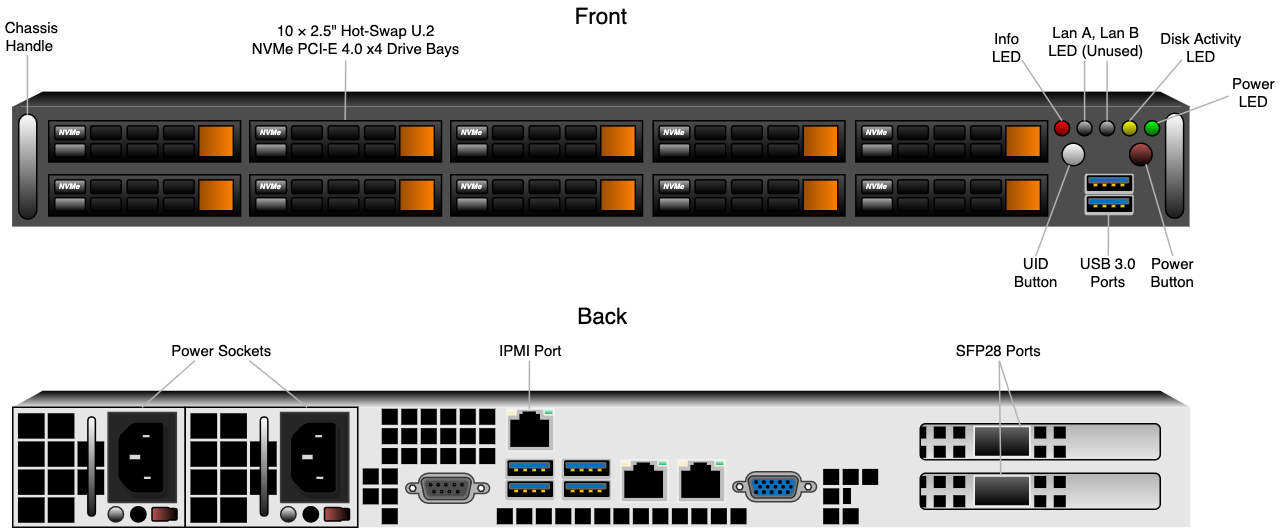
Before: getting-started/supermicro/images/supermicro-front-back-diagram.png, a diagram exported from draw.io (Qumulo/docs). Source tidied: cells renumbered, new cells last; positions are measured from the earlier drawing's top-left corner, leaving out a move shared by most shapes.
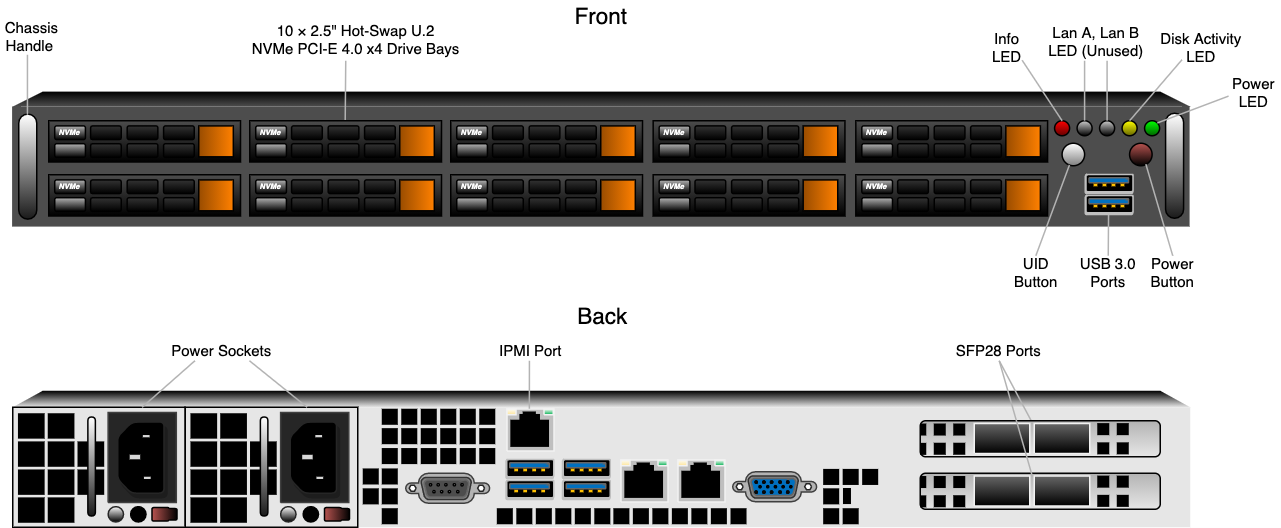
After the commit.

The edit, as a diff of the source:
```diff
@@ -743,81 +743,48 @@
     <mxCell id="244" style="group;" parent="1" vertex="1">
       <mxGeometry x="630" y="315" width="160" height="24" as="geometry" />
     </mxCell>
+    <mxCell id="400" style="group;" parent="244" vertex="1">
+      <mxGeometry width="160" height="24" as="geometry" />
+    </mxCell>
-    <mxCell id="245" style="rounded=1;whiteSpace=wrap;html=1;fillColor=#B3B3B3;gradientColor=#E6E6E6;strokeWidth=0.5;" parent="244" vertex="1">
+    <mxCell id="245" style="rounded=1;whiteSpace=wrap;html=1;fillColor=#B3B3B3;gradientColor=#E6E6E6;strokeWidth=0.5;" parent="400" vertex="1">
       <mxGeometry width="160" height="24" as="geometry" />
     </mxCell>
-    <mxCell id="246" style="rounded=0;whiteSpace=wrap;html=1;strokeWidth=0.5;fillColor=#000000;strokeColor=none;rotation=90;" parent="244" vertex="1">
+    <mxCell id="246" style="rounded=0;whiteSpace=wrap;html=1;strokeWidth=0.5;fillColor=#000000;strokeColor=none;rotation=90;" parent="400" vertex="1">
       <mxGeometry x="22" y="1.9" width="8" height="8" as="geometry" />
     </mxCell>
-    <mxCell id="247" style="rounded=0;whiteSpace=wrap;html=1;strokeWidth=0.5;fillColor=#000000;strokeColor=none;rotation=90;" parent="244" vertex="1">
+    <mxCell id="247" style="rounded=0;whiteSpace=wrap;html=1;strokeWidth=0.5;fillColor=#000000;strokeColor=none;rotation=90;" parent="400" vertex="1">
       <mxGeometry x="9" y="1.9" width="8" height="8" as="geometry" />
     </mxCell>
-    <mxCell id="248" style="rounded=0;whiteSpace=wrap;html=1;strokeWidth=0.5;fillColor=#000000;strokeColor=none;rotation=90;" parent="244" vertex="1">
+    <mxCell id="248" style="rounded=0;whiteSpace=wrap;html=1;strokeWidth=0.5;fillColor=#000000;strokeColor=none;rotation=90;" parent="400" vertex="1">
       <mxGeometry x="-2" y="3.9" width="8" height="4" as="geometry" />
     </mxCell>
-    <mxCell id="249" style="rounded=0;whiteSpace=wrap;html=1;strokeWidth=0.5;fillColor=#000000;strokeColor=none;rotation=90;" parent="244" vertex="1">
+    <mxCell id="249" style="rounded=0;whiteSpace=wrap;html=1;strokeWidth=0.5;fillColor=#000000;strokeColor=none;rotation=90;" parent="400" vertex="1">
       <mxGeometry x="22" y="14.7" width="8" height="8" as="geometry" />
     </mxCell>
-    <mxCell id="250" style="rounded=0;whiteSpace=wrap;html=1;strokeWidth=0.5;fillColor=#000000;strokeColor=none;rotation=90;" parent="244" vertex="1">
+    <mxCell id="250" style="rounded=0;whiteSpace=wrap;html=1;strokeWidth=0.5;fillColor=#000000;strokeColor=none;rotation=90;" parent="400" vertex="1">
       <mxGeometry x="9" y="14.7" width="8" height="8" as="geometry" />
     </mxCell>
-    <mxCell id="251" style="vsdxID=18;rotation=0;shape=(stored shape, 160 characters);strokeColor=#f2f2f2;labelBackgroundColor=none;rounded=0;html=1;whiteSpace=wrap;fillColor=#666666;gradientColor=#000000;" parent="244" vertex="1">
+    <mxCell id="251" style="vsdxID=18;rotation=0;shape=(stored shape, 160 characters);strokeColor=#f2f2f2;labelBackgroundColor=none;rounded=0;html=1;whiteSpace=wrap;fillColor=#666666;gradientColor=#000000;" parent="400" vertex="1">
       <mxGeometry x="36" y="1.9" width="37" height="20" as="geometry" />
     </mxCell>
-    <mxCell id="252" style="rounded=0;whiteSpace=wrap;html=1;strokeWidth=0.5;fillColor=#000000;strokeColor=none;rotation=90;" parent="244" vertex="1">
-      <mxGeometry x="89" y="1.9" width="8" height="8" as="geometry" />
-    </mxCell>
-    <mxCell id="253" style="rounded=0;whiteSpace=wrap;html=1;strokeWidth=0.5;fillColor=#000000;strokeColor=none;rotation=90;" parent="244" vertex="1">
-      <mxGeometry x="76" y="1.9" width="8" height="8" as="geometry" />
-    </mxCell>
-    <mxCell id="254" style="rounded=0;whiteSpace=wrap;html=1;strokeWidth=0.5;fillColor=#000000;strokeColor=none;rotation=90;" parent="244" vertex="1">
-      <mxGeometry x="89" y="14.7" width="8" height="8" as="geometry" />
-    </mxCell>
-    <mxCell id="255" style="rounded=0;whiteSpace=wrap;html=1;strokeWidth=0.5;fillColor=#000000;strokeColor=none;rotation=90;" parent="244" vertex="1">
-      <mxGeometry x="76" y="14.7" width="8" height="8" as="geometry" />
-    </mxCell>
-    <mxCell id="256" style="rounded=0;whiteSpace=wrap;html=1;strokeWidth=0.5;fillColor=#000000;strokeColor=none;rotation=90;" parent="244" vertex="1">
+    <mxCell id="256" style="rounded=0;whiteSpace=wrap;html=1;strokeWidth=0.5;fillColor=#000000;strokeColor=none;rotation=90;" parent="400" vertex="1">
       <mxGeometry x="-2" y="16.7" width="8" height="4" as="geometry" />
     </mxCell>
-    <mxCell id="257" style="group;" parent="1" vertex="1">
-      <mxGeometry x="630" y="282" width="160" height="24" as="geometry" />
-    </mxCell>
-    <mxCell id="258" style="rounded=1;whiteSpace=wrap;html=1;fillColor=#B3B3B3;gradientColor=#E6E6E6;strokeWidth=0.5;" parent="257" vertex="1">
-      <mxGeometry width="160" height="24" as="geometry" />
-    </mxCell>
-    <mxCell id="259" style="rounded=0;whiteSpace=wrap;html=1;strokeWidth=0.5;fillColor=#000000;strokeColor=none;rotation=90;" parent="257" vertex="1">
-      <mxGeometry x="22" y="1.9" width="8" height="8" as="geometry" />
-    </mxCell>
-    <mxCell id="260" style="rounded=0;whiteSpace=wrap;html=1;strokeWidth=0.5;fillColor=#000000;strokeColor=none;rotation=90;" parent="257" vertex="1">
-      <mxGeometry x="9" y="1.9" width="8" height="8" as="geometry" />
-    </mxCell>
-    <mxCell id="261" style="rounded=0;whiteSpace=wrap;html=1;strokeWidth=0.5;fillColor=#000000;strokeColor=none;rotation=90;" parent="257" vertex="1">
-      <mxGeometry x="-2" y="3.9" width="8" height="4" as="geometry" />
-    </mxCell>
-    <mxCell id="262" style="rounded=0;whiteSpace=wrap;html=1;strokeWidth=0.5;fillColor=#000000;strokeColor=none;rotation=90;" parent="257" vertex="1">
-      <mxGeometry x="22" y="14.7" width="8" height="8" as="geometry" />
-    </mxCell>
-    <mxCell id="263" style="rounded=0;whiteSpace=wrap;html=1;strokeWidth=0.5;fillColor=#000000;strokeColor=none;rotation=90;" parent="257" vertex="1">
-      <mxGeometry x="9" y="14.7" width="8" height="8" as="geometry" />
-    </mxCell>
-    <mxCell id="264" style="vsdxID=18;rotation=0;shape=(stored shape, 160 characters);strokeColor=#f2f2f2;labelBackgroundColor=none;rounded=0;html=1;whiteSpace=wrap;fillColor=#666666;gradientColor=#000000;" parent="257" vertex="1">
-      <mxGeometry x="36" y="1.9" width="37" height="20" as="geometry" />
-    </mxCell>
-    <mxCell id="265" style="rounded=0;whiteSpace=wrap;html=1;strokeWidth=0.5;fillColor=#000000;strokeColor=none;rotation=90;" parent="257" vertex="1">
-      <mxGeometry x="89" y="1.9" width="8" height="8" as="geometry" />
-    </mxCell>
-    <mxCell id="266" style="rounded=0;whiteSpace=wrap;html=1;strokeWidth=0.5;fillColor=#000000;strokeColor=none;rotation=90;" parent="257" vertex="1">
-      <mxGeometry x="76" y="1.9" width="8" height="8" as="geometry" />
-    </mxCell>
-    <mxCell id="267" style="rounded=0;whiteSpace=wrap;html=1;strokeWidth=0.5;fillColor=#000000;strokeColor=none;rotation=90;" parent="257" vertex="1">
-      <mxGeometry x="89" y="14.7" width="8" height="8" as="geometry" />
-    </mxCell>
-    <mxCell id="268" style="rounded=0;whiteSpace=wrap;html=1;strokeWidth=0.5;fillColor=#000000;strokeColor=none;rotation=90;" parent="257" vertex="1">
-      <mxGeometry x="76" y="14.7" width="8" height="8" as="geometry" />
-    </mxCell>
-    <mxCell id="269" style="rounded=0;whiteSpace=wrap;html=1;strokeWidth=0.5;fillColor=#000000;strokeColor=none;rotation=90;" parent="257" vertex="1">
-      <mxGeometry x="-2" y="16.7" width="8" height="4" as="geometry" />
-    </mxCell>
+    <mxCell id="401" style="vsdxID=18;rotation=0;shape=(stored shape, 160 characters);strokeColor=#f2f2f2;labelBackgroundColor=none;rounded=0;html=1;whiteSpace=wrap;fillColor=#666666;gradientColor=#000000;" parent="400" vertex="1">
+      <mxGeometry x="76" y="1.9" width="37" height="20" as="geometry" />
+    </mxCell>
+    <mxCell id="402" style="rounded=0;whiteSpace=wrap;html=1;strokeWidth=0.5;fillColor=#000000;strokeColor=none;rotation=90;" parent="400" vertex="1">
+      <mxGeometry x="131" y="1.6" width="8" height="8" as="geometry" />
+    </mxCell>
+    <mxCell id="403" style="rounded=0;whiteSpace=wrap;html=1;strokeWidth=0.5;fillColor=#000000;strokeColor=none;rotation=90;" parent="400" vertex="1">
+      <mxGeometry x="118" y="1.6" width="8" height="8" as="geometry" />
+    </mxCell>
+    <mxCell id="404" style="rounded=0;whiteSpace=wrap;html=1;strokeWidth=0.5;fillColor=#000000;strokeColor=none;rotation=90;" parent="400" vertex="1">
+      <mxGeometry x="118" y="14.4" width="8" height="8" as="geometry" />
+    </mxCell>
+    <mxCell id="405" style="rounded=0;whiteSpace=wrap;html=1;strokeWidth=0.5;fillColor=#000000;strokeColor=none;rotation=90;" parent="400" vertex="1">
+      <mxGeometry x="131" y="14.4" width="8" height="8" as="geometry" />
+    </mxCell>
     <mxCell id="270" style="rounded=0;whiteSpace=wrap;html=1;strokeWidth=0.5;gradientColor=#000000;fillColor=none;" parent="1" vertex="1">
       <mxGeometry x="25" y="271" width="115" height="80" as="geometry" />
     </mxCell>
@@ -1205,10 +1172,52 @@
     <mxCell id="397" value="SFP28 Ports" style="text;whiteSpace=wrap;html=1;fontSize=10;align=center;" parent="1" vertex="1">
       <mxGeometry x="646.3" y="220" width="72.7" height="20" as="geometry" />
     </mxCell>
-    <mxCell id="398" style="endArrow=none;html=1;fontSize=10;shadow=0;strokeColor=#B3B3B3;exitX=0.5;exitY=1;exitDx=0;exitDy=0;entryX=0.835;entryY=0.001;entryDx=0;entryDy=0;entryPerimeter=0;" parent="1" edge="1" source="397" target="264">
+    <mxCell id="398" style="endArrow=none;html=1;fontSize=10;shadow=0;strokeColor=#B3B3B3;exitX=0.5;exitY=1;exitDx=0;exitDy=0;entryX=-0.036;entryY=-0.027;entryDx=0;entryDy=0;entryPerimeter=0;" parent="1" edge="1" source="397" target="407">
       <mxGeometry relative="1" as="geometry" />
     </mxCell>
+    <mxCell id="406" style="group;" parent="1" vertex="1">
+      <mxGeometry x="630" y="280" width="160" height="24" as="geometry" />
+    </mxCell>
+    <mxCell id="258" style="rounded=1;whiteSpace=wrap;html=1;fillColor=#B3B3B3;gradientColor=#E6E6E6;strokeWidth=0.5;" parent="406" vertex="1">
+      <mxGeometry width="160" height="24" as="geometry" />
+    </mxCell>
+    <mxCell id="259" style="rounded=0;whiteSpace=wrap;html=1;strokeWidth=0.5;fillColor=#000000;strokeColor=none;rotation=90;" parent="406" vertex="1">
+      <mxGeometry x="22" y="1.9" width="8" height="8" as="geometry" />
+    </mxCell>
+    <mxCell id="260" style="rounded=0;whiteSpace=wrap;html=1;strokeWidth=0.5;fillColor=#000000;strokeColor=none;rotation=90;" parent="406" vertex="1">
+      <mxGeometry x="9" y="1.9" width="8" height="8" as="geometry" />
+    </mxCell>
+    <mxCell id="261" style="rounded=0;whiteSpace=wrap;html=1;strokeWidth=0.5;fillColor=#000000;strokeColor=none;rotation=90;" parent="406" vertex="1">
+      <mxGeometry x="-2" y="3.9" width="8" height="4" as="geometry" />
+    </mxCell>
+    <mxCell id="262" style="rounded=0;whiteSpace=wrap;html=1;strokeWidth=0.5;fillColor=#000000;strokeColor=none;rotation=90;" parent="406" vertex="1">
+      <mxGeometry x="22" y="14.7" width="8" height="8" as="geometry" />
+    </mxCell>
+    <mxCell id="263" style="rounded=0;whiteSpace=wrap;html=1;strokeWidth=0.5;fillColor=#000000;strokeColor=none;rotation=90;" parent="406" vertex="1">
+      <mxGeometry x="9" y="14.7" width="8" height="8" as="geometry" />
+    </mxCell>
+    <mxCell id="264" style="vsdxID=18;rotation=0;shape=(stored shape, 160 characters);strokeColor=#f2f2f2;labelBackgroundColor=none;rounded=0;html=1;whiteSpace=wrap;fillColor=#666666;gradientColor=#000000;" parent="406" vertex="1">
+      <mxGeometry x="36" y="1.9" width="37" height="20" as="geometry" />
+    </mxCell>
+    <mxCell id="269" style="rounded=0;whiteSpace=wrap;html=1;strokeWidth=0.5;fillColor=#000000;strokeColor=none;rotation=90;" parent="406" vertex="1">
+      <mxGeometry x="-2" y="16.7" width="8" height="4" as="geometry" />
+    </mxCell>
+    <mxCell id="407" style="vsdxID=18;rotation=0;shape=(stored shape, 160 characters);strokeColor=#f2f2f2;labelBackgroundColor=none;rounded=0;html=1;whiteSpace=wrap;fillColor=#666666;gradientColor=#000000;" parent="406" vertex="1">
+      <mxGeometry x="76" y="1.9" width="37" height="20" as="geometry" />
+    </mxCell>
+    <mxCell id="408" style="rounded=0;whiteSpace=wrap;html=1;strokeWidth=0.5;fillColor=#000000;strokeColor=none;rotation=90;" parent="406" vertex="1">
+      <mxGeometry x="131" y="1.6" width="8" height="8" as="geometry" />
+    </mxCell>
+    <mxCell id="409" style="rounded=0;whiteSpace=wrap;html=1;strokeWidth=0.5;fillColor=#000000;strokeColor=none;rotation=90;" parent="406" vertex="1">
+      <mxGeometry x="118" y="1.6" width="8" height="8" as="geometry" />
+    </mxCell>
+    <mxCell id="410" style="rounded=0;whiteSpace=wrap;html=1;strokeWidth=0.5;fillColor=#000000;strokeColor=none;rotation=90;" parent="406" vertex="1">
+      <mxGeometry x="118" y="14.4" width="8" height="8" as="geometry" />
+    </mxCell>
+    <mxCell id="411" style="rounded=0;whiteSpace=wrap;html=1;strokeWidth=0.5;fillColor=#000000;strokeColor=none;rotation=90;" parent="406" vertex="1">
+      <mxGeometry x="131" y="14.4" width="8" height="8" as="geometry" />
+    </mxCell>
-    <mxCell id="399" style="endArrow=none;html=1;fontSize=10;shadow=0;strokeColor=#B3B3B3;exitX=0.5;exitY=1;exitDx=0;exitDy=0;entryX=0.477;entryY=-0.033;entryDx=0;entryDy=0;entryPerimeter=0;" parent="1" edge="1" source="397" target="251">
+    <mxCell id="399" style="endArrow=none;html=1;fontSize=10;shadow=0;strokeColor=#B3B3B3;exitX=0.5;exitY=1;exitDx=0;exitDy=0;entryX=-0.043;entryY=-0.046;entryDx=0;entryDy=0;entryPerimeter=0;" parent="1" edge="1" source="397" target="401">
       <mxGeometry relative="1" as="geometry" />
     </mxCell>
   </root>
```
